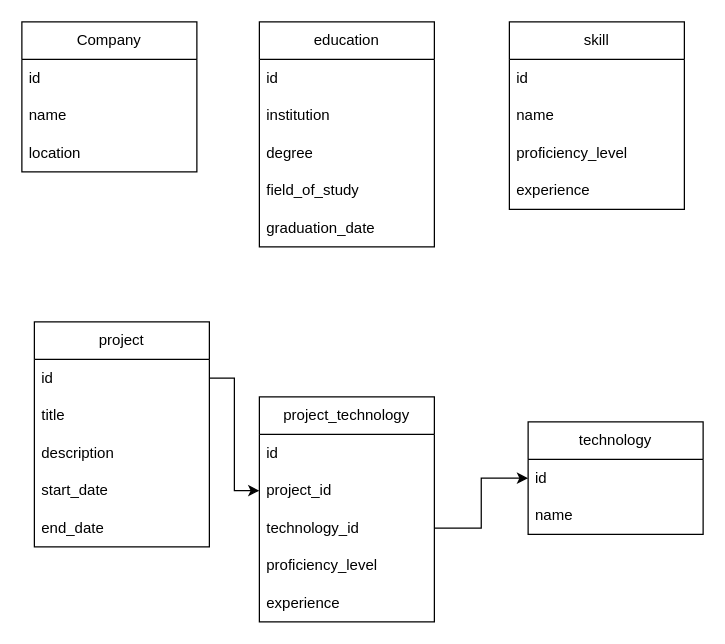
This is documentation/datamodel.drawio from bjras93/GraphQL.dotNET.Example, a draw.io file, before an edit. Source tidied: cells renumbered, new cells numbered last; positions are measured from the earlier drawing's top-left corner, leaving out a move shared by most shapes. Both pictures are drawn from the tidied source at 125%, with x=0, y=0 at pixel (21, 21).
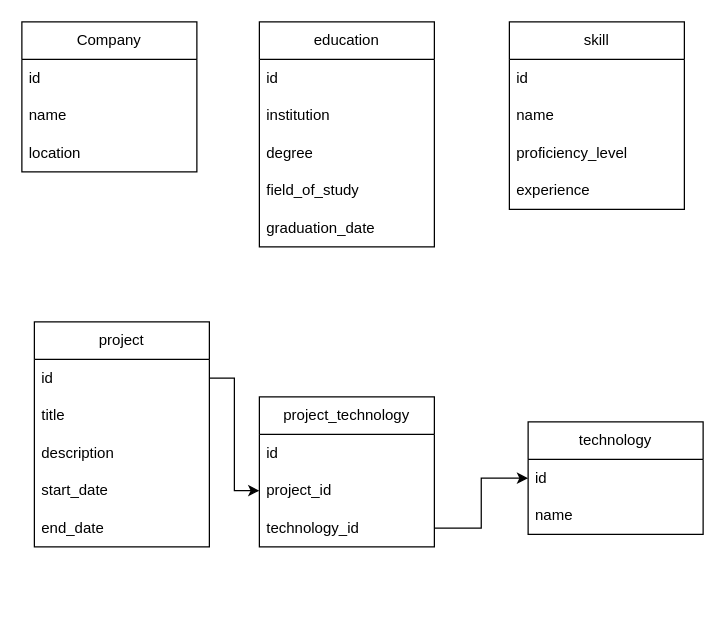
The same diagram, later.

Change to the diagram source:
```diff
@@
     <mxCell id="26" value="project_technology" style="swimlane;fontStyle=0;horizontal=1;startSize=30;whiteSpace=wrap;html=1;" parent="1" vertex="1">
-      <mxGeometry x="190" y="300" width="140" height="180" as="geometry" />
+      <mxGeometry x="190" y="300" width="140" height="120" as="geometry" />
     </mxCell>
@@
-    <mxCell id="30" value="proficiency_level" style="text;strokeColor=none;fillColor=none;align=left;verticalAlign=middle;spacingLeft=4;spacingRight=4;overflow=hidden;whiteSpace=wrap;html=1;" parent="26" vertex="1">
-      <mxGeometry y="120" width="140" height="30" as="geometry" />
-    </mxCell>
-    <mxCell id="31" value="experience" style="text;strokeColor=none;fillColor=none;align=left;verticalAlign=middle;spacingLeft=4;spacingRight=4;overflow=hidden;whiteSpace=wrap;html=1;" parent="26" vertex="1">
-      <mxGeometry y="150" width="140" height="30" as="geometry" />
-    </mxCell>
```
